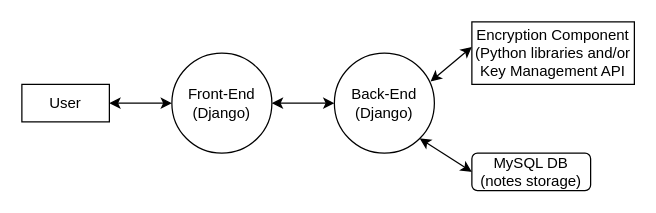
The draw.io diagram Phase 2 Documentation/diagram basic.drawio in Dwaddle26/EncryptNotes, before the edit. Source tidied: cells renumbered, new cells numbered last; positions are measured from the earlier drawing's top-left corner, leaving out a move shared by most shapes. Both pictures are drawn from the tidied source at 125%, with x=0, y=0 at pixel (21, 21).
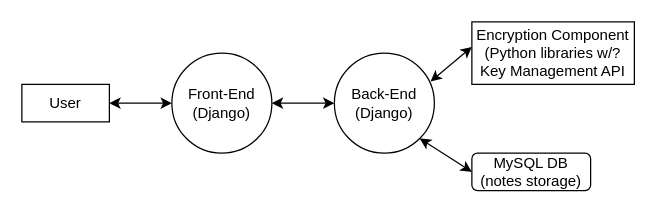
The same diagram, later.

Commit message (it also covers changes not shown here):
fixed mistake in diagram

Diff of the diagram source:
```diff
@@
 <mxGraphModel>
   <root>
     <mxCell id="0" />
     <mxCell id="1" parent="0" />
     <mxCell id="2" value="User" style="rounded=0;whiteSpace=wrap;html=1;" parent="1" vertex="1">
       <mxGeometry y="50" width="70" height="30" as="geometry" />
     </mxCell>
     <mxCell id="3" value="Front-End&lt;div&gt;(Django)&lt;/div&gt;" style="ellipse;whiteSpace=wrap;html=1;" parent="1" vertex="1">
       <mxGeometry x="120" y="25" width="80" height="80" as="geometry" />
     </mxCell>
     <mxCell id="4" style="endArrow=classic;startArrow=classic;html=1;rounded=0;entryX=0;entryY=0.5;entryDx=0;entryDy=0;exitX=1;exitY=0.5;exitDx=0;exitDy=0;" parent="1" edge="1" source="2" target="3">
       <mxGeometry relative="1" as="geometry" />
     </mxCell>
     <mxCell id="5" value="Back-End&lt;div&gt;(Django)&lt;/div&gt;" style="ellipse;whiteSpace=wrap;html=1;" parent="1" vertex="1">
       <mxGeometry x="250" y="25" width="80" height="80" as="geometry" />
     </mxCell>
     <mxCell id="6" style="endArrow=classic;startArrow=classic;html=1;rounded=0;entryX=0;entryY=0.5;entryDx=0;entryDy=0;exitX=1;exitY=0.5;exitDx=0;exitDy=0;" parent="1" edge="1" source="3" target="5">
       <mxGeometry relative="1" as="geometry" />
     </mxCell>
     <mxCell id="7" style="endArrow=classic;startArrow=classic;html=1;rounded=0;entryX=0;entryY=0.5;entryDx=0;entryDy=0;exitX=0.961;exitY=0.284;exitDx=0;exitDy=0;exitPerimeter=0;" parent="1" edge="1" source="5">
       <mxGeometry relative="1" as="geometry">
         <mxPoint x="360" y="20" as="targetPoint" />
       </mxGeometry>
     </mxCell>
     <mxCell id="8" style="endArrow=classic;startArrow=classic;html=1;rounded=0;entryX=0;entryY=0.5;entryDx=0;entryDy=0;exitX=1;exitY=1;exitDx=0;exitDy=0;" parent="1" edge="1" source="5">
       <mxGeometry relative="1" as="geometry">
         <mxPoint x="360" y="120" as="targetPoint" />
       </mxGeometry>
     </mxCell>
     <mxCell id="9" value="MySQL DB&lt;div&gt;(notes storage)&lt;/div&gt;" style="rounded=1;whiteSpace=wrap;html=1;" parent="1" vertex="1">
       <mxGeometry x="360" y="105" width="95" height="30" as="geometry" />
     </mxCell>
-    <mxCell id="10" value="Encryption Component (Python libraries and/or Key Management API" style="rounded=0;whiteSpace=wrap;html=1;" parent="1" vertex="1">
+    <mxCell id="10" value="Encryption Component (Python libraries w/? Key Management API" style="rounded=0;whiteSpace=wrap;html=1;" parent="1" vertex="1">
       <mxGeometry x="360" width="130" height="50" as="geometry" />
     </mxCell>
   </root>
 </mxGraphModel>
```
